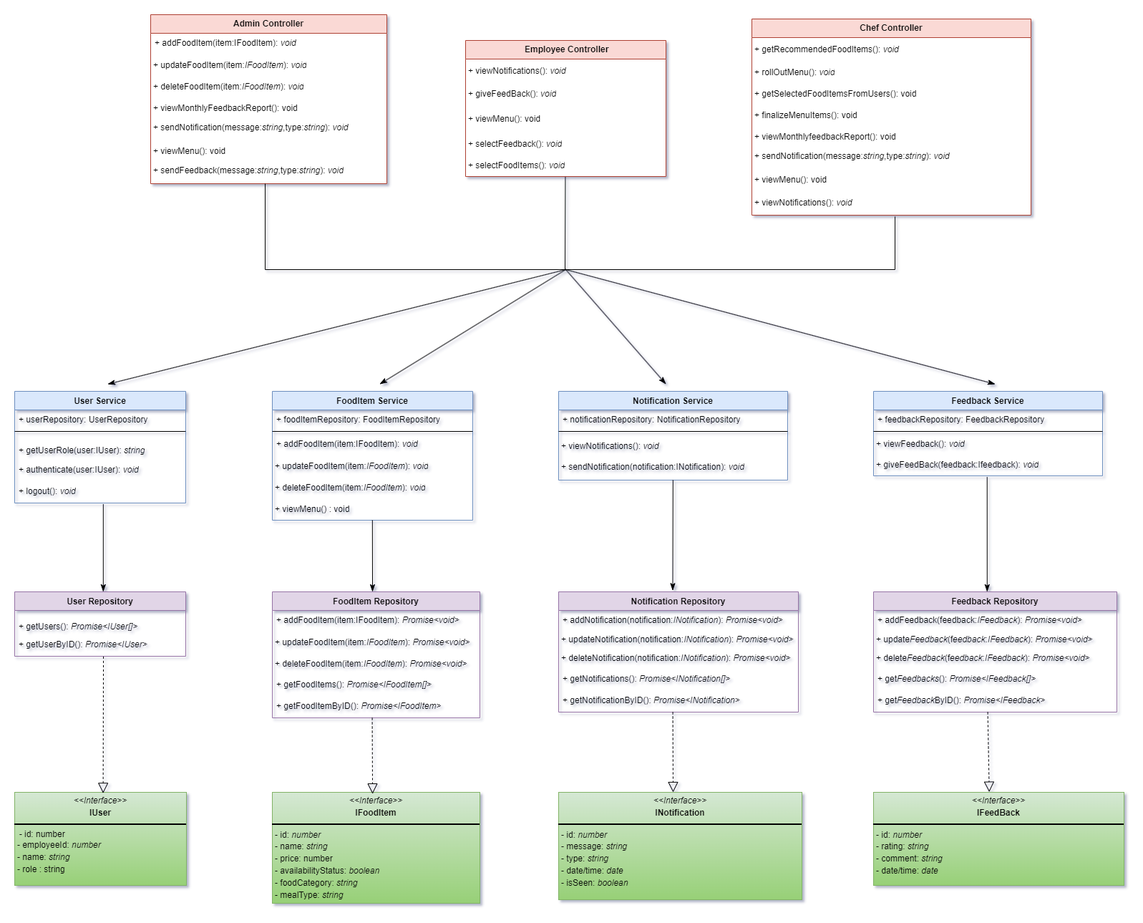
Earlier version of the draw.io export Uml Diagrams/ClassDiagram.png (pritishajain05/Cafeteria-Recommendation-Engine). Source tidied: cells renumbered, new cells last; positions are measured from the earlier drawing's top-left corner, leaving out a move shared by most shapes.
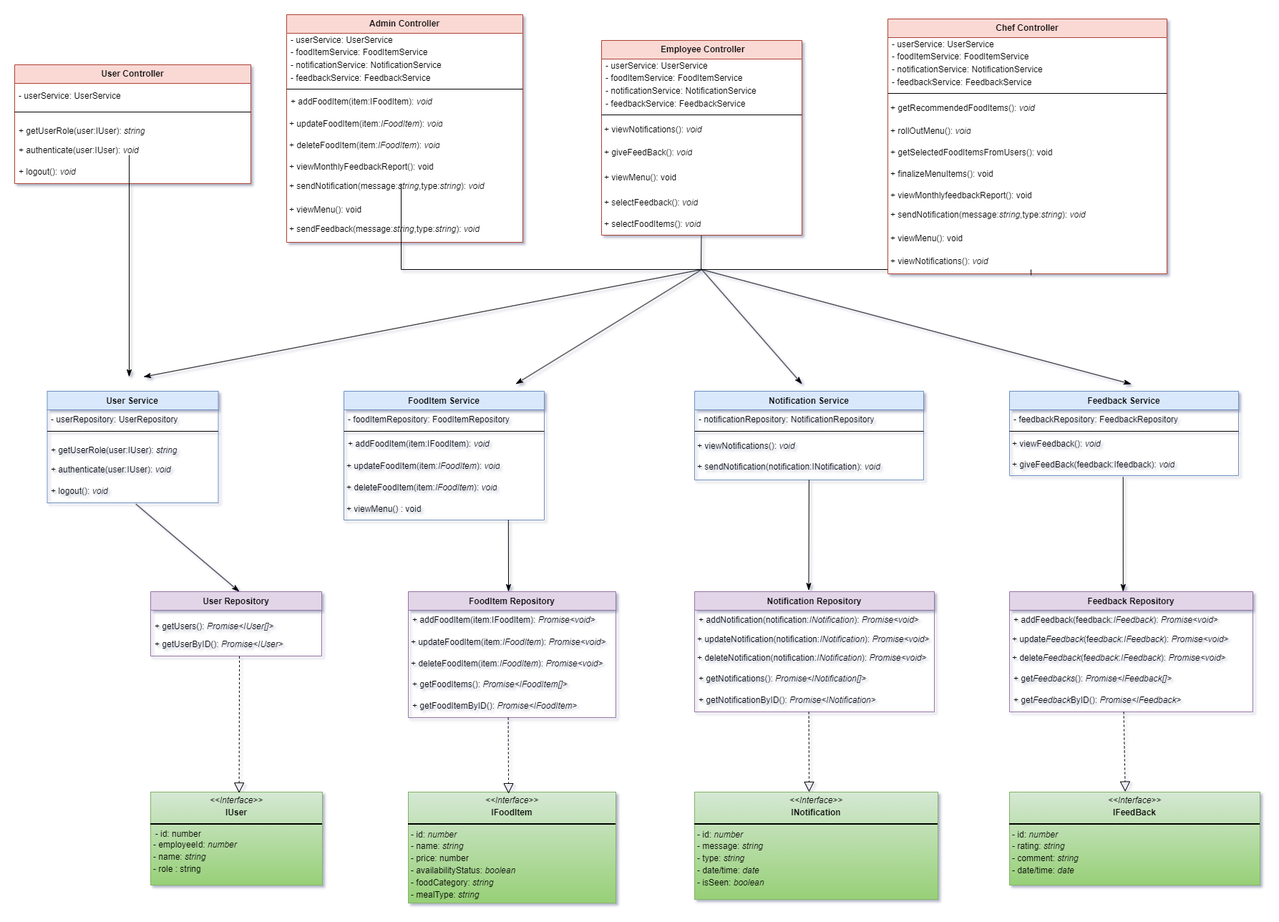
The same file after the commit.

Commit message:
updated class diagram

Diff of the diagram source:
```diff
@@ -11,74 +11,92 @@
     <mxCell id="3" value="Admin Controller" style="swimlane;fontStyle=1;align=center;verticalAlign=middle;horizontal=1;startSize=26;whiteSpace=wrap;html=1;swimlaneFillColor=default;fillColor=#fad9d5;strokeColor=#ae4132;fontSize=12;" parent="1" vertex="1">
-      <mxGeometry x="190" width="330" height="236" as="geometry" />
+      <mxGeometry x="190" width="330" height="318" as="geometry" />
     </mxCell>
+    <mxCell id="90" value="- userService: UserService&lt;div style=&quot;line-height: 150%;&quot;&gt;- foodItemService: FoodItemService&lt;br&gt;        - notificationService: NotificationService&lt;br&gt;        - feedbackService: FeedbackService&lt;/div&gt;" style="text;align=left;verticalAlign=middle;spacingLeft=4;spacingRight=4;overflow=hidden;whiteSpace=wrap;html=1;spacing=2;fontSize=12;" parent="3" vertex="1">
+      <mxGeometry y="26" width="330" height="74" as="geometry" />
+    </mxCell>
+    <mxCell id="91" style="line;strokeWidth=1;align=left;verticalAlign=middle;spacingTop=-1;spacingLeft=3;spacingRight=3;labelPosition=right;" parent="3" vertex="1">
+      <mxGeometry y="100" width="330" height="8" as="geometry" />
+    </mxCell>
     <mxCell id="4" value="&lt;font style=&quot;font-size: 12px;&quot;&gt;+ &lt;/font&gt;&lt;font style=&quot;font-size: 12px;&quot;&gt;addFoodItem&lt;/font&gt;&lt;font style=&quot;font-size: 12px;&quot;&gt;(item:IFoodItem): &lt;i style=&quot;font-size: 12px;&quot;&gt;void&lt;/i&gt;&lt;/font&gt;&lt;div style=&quot;font-size: 12px;&quot;&gt;&lt;font style=&quot;font-size: 12px;&quot;&gt;&amp;nbsp;&lt;/font&gt;&lt;/div&gt;" style="text;strokeColor=none;fillColor=none;align=left;verticalAlign=top;spacingLeft=4;spacingRight=4;overflow=hidden;whiteSpace=wrap;html=1;spacing=2;fontSize=12;" parent="3" vertex="1">
-      <mxGeometry y="26" width="330" height="30" as="geometry" />
+      <mxGeometry y="108" width="330" height="30" as="geometry" />
     </mxCell>
     <mxCell id="5" value="&lt;font style=&quot;font-size: 12px;&quot;&gt;+ &lt;/font&gt;&lt;font style=&quot;font-size: 12px;&quot;&gt;updateFoodItem&lt;/font&gt;&lt;font style=&quot;font-size: 12px;&quot;&gt;(item:&lt;i style=&quot;font-size: 12px;&quot;&gt;IFoodItem&lt;/i&gt;): &lt;i style=&quot;font-size: 12px;&quot;&gt;void&lt;/i&gt;&lt;/font&gt;" style="text;strokeColor=none;fillColor=none;align=left;verticalAlign=middle;spacingLeft=4;spacingRight=4;overflow=hidden;whiteSpace=wrap;html=1;spacing=0;fontSize=12;" parent="3" vertex="1">
-      <mxGeometry y="56" width="330" height="30" as="geometry" />
+      <mxGeometry y="138" width="330" height="30" as="geometry" />
     </mxCell>
     <mxCell id="6" value="+ deleteFoodItem(&lt;font style=&quot;font-size: 12px;&quot;&gt;item:&lt;i style=&quot;font-size: 12px;&quot;&gt;IFoodItem&lt;/i&gt;&lt;/font&gt;): &lt;i style=&quot;font-size: 12px;&quot;&gt;void&lt;/i&gt;" style="text;strokeColor=none;fillColor=none;align=left;verticalAlign=middle;spacingLeft=4;spacingRight=4;overflow=hidden;whiteSpace=wrap;html=1;spacing=0;fontSize=12;" parent="3" vertex="1">
-      <mxGeometry y="86" width="330" height="30" as="geometry" />
+      <mxGeometry y="168" width="330" height="30" as="geometry" />
     </mxCell>
     <mxCell id="7" value="+ viewMonthlyFeedbackReport(): void" style="text;strokeColor=none;fillColor=none;align=left;verticalAlign=middle;spacingLeft=4;spacingRight=4;overflow=hidden;whiteSpace=wrap;html=1;spacing=0;fontSize=12;" parent="3" vertex="1">
-      <mxGeometry y="116" width="330" height="30" as="geometry" />
+      <mxGeometry y="198" width="330" height="30" as="geometry" />
     </mxCell>
     <mxCell id="8" value="&lt;font style=&quot;font-size: 12px;&quot;&gt;+ sendNotification(&lt;/font&gt;&lt;font style=&quot;font-size: 12px;&quot;&gt;message:&lt;i style=&quot;font-size: 12px;&quot;&gt;string&lt;/i&gt;,type:&lt;i style=&quot;font-size: 12px;&quot;&gt;string&lt;/i&gt;&lt;/font&gt;&lt;font style=&quot;font-size: 12px;&quot;&gt;): &lt;i style=&quot;font-size: 12px;&quot;&gt;void&lt;/i&gt;&lt;/font&gt;&lt;div style=&quot;font-size: 12px;&quot;&gt;&lt;font style=&quot;font-size: 12px;&quot;&gt;&amp;nbsp;&lt;/font&gt;&lt;/div&gt;" style="text;strokeColor=none;fillColor=none;align=left;verticalAlign=top;spacingLeft=4;spacingRight=4;overflow=hidden;whiteSpace=wrap;html=1;spacing=0;fontSize=12;" parent="3" vertex="1">
-      <mxGeometry y="146" width="330" height="30" as="geometry" />
+      <mxGeometry y="228" width="330" height="30" as="geometry" />
     </mxCell>
     <mxCell id="9" value="+ viewMenu(): void" style="text;strokeColor=none;fillColor=none;align=left;verticalAlign=middle;spacingLeft=4;spacingRight=4;overflow=hidden;whiteSpace=wrap;html=1;spacing=0;fontSize=12;" parent="3" vertex="1">
-      <mxGeometry y="176" width="330" height="30" as="geometry" />
+      <mxGeometry y="258" width="330" height="30" as="geometry" />
     </mxCell>
     <mxCell id="10" value="&lt;font style=&quot;font-size: 12px;&quot;&gt;+ sendFeedback(&lt;/font&gt;&lt;font style=&quot;font-size: 12px;&quot;&gt;message:&lt;i style=&quot;font-size: 12px;&quot;&gt;string&lt;/i&gt;,type:&lt;i style=&quot;font-size: 12px;&quot;&gt;string&lt;/i&gt;&lt;/font&gt;&lt;font style=&quot;font-size: 12px;&quot;&gt;): &lt;i style=&quot;font-size: 12px;&quot;&gt;void&lt;/i&gt;&lt;/font&gt;&lt;div style=&quot;font-size: 12px;&quot;&gt;&lt;font style=&quot;font-size: 12px;&quot;&gt;&amp;nbsp;&lt;/font&gt;&lt;/div&gt;" style="text;strokeColor=none;fillColor=none;align=left;verticalAlign=top;spacingLeft=4;spacingRight=4;overflow=hidden;whiteSpace=wrap;html=1;spacing=0;fontSize=12;" parent="3" vertex="1">
-      <mxGeometry y="206" width="330" height="30" as="geometry" />
+      <mxGeometry y="288" width="330" height="30" as="geometry" />
     </mxCell>
     <mxCell id="11" value="&amp;nbsp;Employee Controller" style="swimlane;fontStyle=1;align=center;verticalAlign=middle;horizontal=1;startSize=26;whiteSpace=wrap;html=1;swimlaneFillColor=default;fillColor=#fad9d5;strokeColor=#ae4132;fontSize=12;" parent="1" vertex="1">
-      <mxGeometry x="630" y="36" width="280" height="190" as="geometry" />
+      <mxGeometry x="630" y="36" width="280" height="272" as="geometry" />
     </mxCell>
+    <mxCell id="92" value="- userService: UserService&lt;div style=&quot;line-height: 150%;&quot;&gt;- foodItemService: FoodItemService&lt;br&gt;        - notificationService: NotificationService&lt;br&gt;        - feedbackService: FeedbackService&lt;/div&gt;" style="text;align=left;verticalAlign=middle;spacingLeft=4;spacingRight=4;overflow=hidden;whiteSpace=wrap;html=1;spacing=2;fontSize=12;" parent="11" vertex="1">
+      <mxGeometry y="26" width="280" height="74" as="geometry" />
+    </mxCell>
+    <mxCell id="93" style="line;strokeWidth=1;align=left;verticalAlign=middle;spacingTop=-1;spacingLeft=3;spacingRight=3;labelPosition=right;" parent="11" vertex="1">
+      <mxGeometry y="100" width="280" height="8" as="geometry" />
+    </mxCell>
     <mxCell id="12" value="+ viewNotifications(): &lt;i style=&quot;font-size: 12px;&quot;&gt;void&lt;/i&gt;&amp;nbsp;" style="text;strokeColor=none;fillColor=none;align=left;verticalAlign=middle;spacingLeft=4;spacingRight=4;overflow=hidden;whiteSpace=wrap;html=1;spacing=0;fontSize=12;" parent="11" vertex="1">
-      <mxGeometry y="26" width="280" height="34" as="geometry" />
+      <mxGeometry y="108" width="280" height="34" as="geometry" />
     </mxCell>
     <mxCell id="13" value="+ giveFeedBack(): &lt;i style=&quot;font-size: 12px;&quot;&gt;void&lt;/i&gt;" style="text;strokeColor=none;fillColor=none;align=left;verticalAlign=middle;spacingLeft=4;spacingRight=4;overflow=hidden;whiteSpace=wrap;html=1;spacing=0;fontSize=12;" parent="11" vertex="1">
-      <mxGeometry y="60" width="280" height="30" as="geometry" />
+      <mxGeometry y="142" width="280" height="30" as="geometry" />
     </mxCell>
     <mxCell id="14" value="+ viewMenu(): void" style="text;strokeColor=none;fillColor=none;align=left;verticalAlign=middle;spacingLeft=4;spacingRight=4;overflow=hidden;whiteSpace=wrap;html=1;spacing=0;fontSize=12;" parent="11" vertex="1">
-      <mxGeometry y="90" width="280" height="40" as="geometry" />
+      <mxGeometry y="172" width="280" height="40" as="geometry" />
     </mxCell>
     <mxCell id="15" value="&lt;font style=&quot;font-size: 12px;&quot;&gt;+ selectFeedback(): &lt;i style=&quot;font-size: 12px;&quot;&gt;void&lt;/i&gt;&lt;/font&gt;" style="text;strokeColor=none;fillColor=none;align=left;verticalAlign=middle;spacingLeft=4;spacingRight=4;overflow=hidden;whiteSpace=wrap;html=1;spacing=0;fontSize=12;" parent="11" vertex="1">
-      <mxGeometry y="130" width="280" height="30" as="geometry" />
+      <mxGeometry y="212" width="280" height="30" as="geometry" />
     </mxCell>
     <mxCell id="16" value="&lt;font style=&quot;font-size: 12px;&quot;&gt;+ selectFoodItems(): &lt;i style=&quot;font-size: 12px;&quot;&gt;void&lt;/i&gt;&lt;/font&gt;" style="text;strokeColor=none;fillColor=none;align=left;verticalAlign=middle;spacingLeft=4;spacingRight=4;overflow=hidden;points=[[0,0.5],[1,0.5]];portConstraint=eastwest;whiteSpace=wrap;html=1;spacing=0;fontSize=12;" parent="11" vertex="1">
-      <mxGeometry y="160" width="280" height="30" as="geometry" />
+      <mxGeometry y="242" width="280" height="30" as="geometry" />
     </mxCell>
     <mxCell id="17" value="Chef Controller" style="swimlane;fontStyle=1;align=center;verticalAlign=middle;horizontal=1;startSize=26;whiteSpace=wrap;html=1;swimlaneFillColor=default;fillColor=#fad9d5;strokeColor=#ae4132;fontSize=12;" parent="1" vertex="1">
-      <mxGeometry x="1030" y="6" width="390" height="274" as="geometry" />
+      <mxGeometry x="1030" y="6" width="390" height="356" as="geometry" />
     </mxCell>
+    <mxCell id="94" value="- userService: UserService&lt;div style=&quot;line-height: 150%;&quot;&gt;- foodItemService: FoodItemService&lt;br&gt;        - notificationService: NotificationService&lt;br&gt;        - feedbackService: FeedbackService&lt;/div&gt;" style="text;align=left;verticalAlign=middle;spacingLeft=4;spacingRight=4;overflow=hidden;whiteSpace=wrap;html=1;spacing=2;fontSize=12;" parent="17" vertex="1">
+      <mxGeometry y="26" width="390" height="74" as="geometry" />
+    </mxCell>
+    <mxCell id="95" style="line;strokeWidth=1;align=left;verticalAlign=middle;spacingTop=-1;spacingLeft=3;spacingRight=3;labelPosition=right;" parent="17" vertex="1">
+      <mxGeometry y="100" width="390" height="8" as="geometry" />
+    </mxCell>
     <mxCell id="18" value="+ getRecommendedFoodItems(): &lt;i style=&quot;font-size: 12px;&quot;&gt;void&lt;/i&gt;&amp;nbsp;" style="text;strokeColor=none;fillColor=none;align=left;verticalAlign=middle;spacingLeft=4;spacingRight=4;overflow=hidden;whiteSpace=wrap;html=1;spacing=0;fontSize=12;" parent="17" vertex="1">
-      <mxGeometry y="26" width="390" height="34" as="geometry" />
+      <mxGeometry y="108" width="390" height="34" as="geometry" />
     </mxCell>
     <mxCell id="19" value="+ rollOutMenu(): &lt;i style=&quot;font-size: 12px;&quot;&gt;void&lt;/i&gt;" style="text;strokeColor=none;fillColor=none;align=left;verticalAlign=middle;spacingLeft=4;spacingRight=4;overflow=hidden;whiteSpace=wrap;html=1;spacing=0;fontSize=12;" parent="17" vertex="1">
-      <mxGeometry y="60" width="390" height="30" as="geometry" />
+      <mxGeometry y="142" width="390" height="30" as="geometry" />
     </mxCell>
     <mxCell id="20" value="&lt;font style=&quot;font-size: 12px;&quot;&gt;+ getSelectedFoodItemsFromUsers(): void&amp;nbsp;&lt;/font&gt;" style="text;strokeColor=none;fillColor=none;align=left;verticalAlign=middle;spacingLeft=4;spacingRight=4;overflow=hidden;whiteSpace=wrap;html=1;spacing=0;fontSize=12;" parent="17" vertex="1">
-      <mxGeometry y="90" width="390" height="30" as="geometry" />
+      <mxGeometry y="172" width="390" height="30" as="geometry" />
     </mxCell>
     <mxCell id="21" value="+ finalizeMenuItems(): void" style="text;strokeColor=none;fillColor=none;align=left;verticalAlign=middle;spacingLeft=4;spacingRight=4;overflow=hidden;whiteSpace=wrap;html=1;spacing=0;fontSize=12;" parent="17" vertex="1">
-      <mxGeometry y="120" width="390" height="30" as="geometry" />
+      <mxGeometry y="202" width="390" height="30" as="geometry" />
     </mxCell>
     <mxCell id="22" value="+ viewMonthlyfeedbackReport(): void" style="text;strokeColor=none;fillColor=none;align=left;verticalAlign=middle;spacingLeft=4;spacingRight=4;overflow=hidden;whiteSpace=wrap;html=1;spacing=0;fontSize=12;" parent="17" vertex="1">
-      <mxGeometry y="150" width="390" height="30" as="geometry" />
+      <mxGeometry y="232" width="390" height="30" as="geometry" />
     </mxCell>
     <mxCell id="23" value="&lt;font style=&quot;font-size: 12px;&quot;&gt;+ sendNotification(&lt;span style=&quot;font-size: 12px;&quot;&gt;message:&lt;/span&gt;&lt;i style=&quot;font-size: 12px;&quot;&gt;string&lt;/i&gt;&lt;span style=&quot;font-size: 12px;&quot;&gt;,type:&lt;/span&gt;&lt;i style=&quot;font-size: 12px;&quot;&gt;string&lt;/i&gt;): &lt;i style=&quot;font-size: 12px;&quot;&gt;void&lt;/i&gt;&lt;/font&gt;&lt;div style=&quot;font-size: 12px;&quot;&gt;&lt;font style=&quot;font-size: 12px;&quot;&gt;&amp;nbsp;&lt;/font&gt;&lt;/div&gt;" style="text;strokeColor=none;fillColor=none;align=left;verticalAlign=top;spacingLeft=4;spacingRight=4;overflow=hidden;whiteSpace=wrap;html=1;spacing=0;fontSize=12;" parent="17" vertex="1">
-      <mxGeometry y="180" width="390" height="30" as="geometry" />
+      <mxGeometry y="262" width="390" height="30" as="geometry" />
     </mxCell>
     <mxCell id="24" value="+ viewMenu(): void" style="text;strokeColor=none;fillColor=none;align=left;verticalAlign=middle;spacingLeft=4;spacingRight=4;overflow=hidden;whiteSpace=wrap;html=1;spacing=0;fontSize=12;" parent="17" vertex="1">
-      <mxGeometry y="210" width="390" height="30" as="geometry" />
+      <mxGeometry y="292" width="390" height="30" as="geometry" />
     </mxCell>
     <mxCell id="25" value="+ viewNotifications(): &lt;i style=&quot;font-size: 12px;&quot;&gt;void&lt;/i&gt;&amp;nbsp;" style="text;strokeColor=none;fillColor=none;align=left;verticalAlign=middle;spacingLeft=4;spacingRight=4;overflow=hidden;points=[[0,0.5],[1,0.5]];portConstraint=eastwest;whiteSpace=wrap;html=1;spacing=0;fontSize=12;" parent="17" vertex="1">
-      <mxGeometry y="240" width="390" height="34" as="geometry" />
+      <mxGeometry y="322" width="390" height="34" as="geometry" />
     </mxCell>
     <mxCell id="26" value="FoodItem Service" style="swimlane;fontStyle=1;align=center;verticalAlign=top;horizontal=1;startSize=26;whiteSpace=wrap;html=1;fillColor=#dae8fc;strokeColor=#6c8ebf;" parent="1" vertex="1">
-      <mxGeometry x="360" y="526" width="280" height="180" as="geometry" />
+      <mxGeometry x="270" y="526" width="280" height="180" as="geometry" />
     </mxCell>
-    <mxCell id="27" value="+ foodItemRepository: FoodItemRepository" style="text;align=left;verticalAlign=top;spacingLeft=4;spacingRight=4;overflow=hidden;whiteSpace=wrap;html=1;" parent="26" vertex="1">
+    <mxCell id="27" value="- foodItemRepository: FoodItemRepository" style="text;align=left;verticalAlign=top;spacingLeft=4;spacingRight=4;overflow=hidden;whiteSpace=wrap;html=1;" parent="26" vertex="1">
       <mxGeometry y="26" width="280" height="26" as="geometry" />
@@ -115,3 +133,3 @@
     </mxCell>
-    <mxCell id="38" value="+ notificationRepository: NotificationRepository&amp;nbsp;" style="text;align=left;verticalAlign=top;spacingLeft=4;spacingRight=4;overflow=hidden;whiteSpace=wrap;html=1;" parent="37" vertex="1">
+    <mxCell id="38" value="- notificationRepository: NotificationRepository&amp;nbsp;" style="text;align=left;verticalAlign=top;spacingLeft=4;spacingRight=4;overflow=hidden;whiteSpace=wrap;html=1;" parent="37" vertex="1">
       <mxGeometry y="26" width="320" height="26" as="geometry" />
@@ -130,3 +148,3 @@
     </mxCell>
-    <mxCell id="43" value="+ feedbackRepository: FeedbackRepository&amp;nbsp;" style="text;align=left;verticalAlign=top;spacingLeft=4;spacingRight=4;overflow=hidden;whiteSpace=wrap;html=1;" parent="42" vertex="1">
+    <mxCell id="43" value="- feedbackRepository: FeedbackRepository&amp;nbsp;" style="text;align=left;verticalAlign=top;spacingLeft=4;spacingRight=4;overflow=hidden;whiteSpace=wrap;html=1;" parent="42" vertex="1">
       <mxGeometry y="26" width="320" height="26" as="geometry" />
@@ -143,5 +161,5 @@
     <mxCell id="47" value="User Service" style="swimlane;fontStyle=1;align=center;verticalAlign=top;horizontal=1;startSize=26;whiteSpace=wrap;html=1;fillColor=#dae8fc;strokeColor=#6c8ebf;" parent="1" vertex="1">
-      <mxGeometry y="526" width="239" height="156" as="geometry" />
+      <mxGeometry x="-144.5" y="526" width="239" height="156" as="geometry" />
     </mxCell>
-    <mxCell id="48" value="+ userRepository: UserRepository&amp;nbsp;" style="text;align=left;verticalAlign=top;spacingLeft=4;spacingRight=4;overflow=hidden;whiteSpace=wrap;html=1;" parent="47" vertex="1">
+    <mxCell id="48" value="- userRepository: UserRepository&amp;nbsp;" style="text;align=left;verticalAlign=top;spacingLeft=4;spacingRight=4;overflow=hidden;whiteSpace=wrap;html=1;" parent="47" vertex="1">
       <mxGeometry y="26" width="239" height="26" as="geometry" />
@@ -245,3 +263,3 @@
         <mxPoint x="770" y="356" as="sourcePoint" />
-        <mxPoint x="130" y="516" as="targetPoint" />
+        <mxPoint x="-10" y="506" as="targetPoint" />
       </mxGeometry>
@@ -302,2 +320,26 @@
     </mxCell>
+    <mxCell id="96" value="User Controller" style="swimlane;fontStyle=1;align=center;verticalAlign=middle;horizontal=1;startSize=26;whiteSpace=wrap;html=1;swimlaneFillColor=default;fillColor=#fad9d5;strokeColor=#ae4132;fontSize=12;" parent="1" vertex="1">
+      <mxGeometry x="-190" y="70" width="330" height="166" as="geometry" />
+    </mxCell>
+    <mxCell id="97" value="- userService: UserService" style="text;align=left;verticalAlign=middle;spacingLeft=4;spacingRight=4;overflow=hidden;whiteSpace=wrap;html=1;spacing=2;fontSize=12;" parent="96" vertex="1">
+      <mxGeometry y="26" width="330" height="36" as="geometry" />
+    </mxCell>
+    <mxCell id="98" style="line;strokeWidth=1;align=left;verticalAlign=middle;spacingTop=-1;spacingLeft=3;spacingRight=3;labelPosition=right;" parent="96" vertex="1">
+      <mxGeometry y="62" width="330" height="8" as="geometry" />
+    </mxCell>
+    <mxCell id="99" value="&lt;p style=&quot;line-height: 140%;&quot;&gt;&lt;font style=&quot;font-size: 12px;&quot;&gt;+ getUserRole(user:IUser): &lt;i style=&quot;font-size: 12px;&quot;&gt;string&lt;/i&gt;&lt;/font&gt;&lt;/p&gt;" style="text;align=left;verticalAlign=middle;spacingLeft=4;spacingRight=4;overflow=hidden;whiteSpace=wrap;html=1;spacing=2;fontSize=12;" parent="96" vertex="1">
+      <mxGeometry y="70" width="330" height="36" as="geometry" />
+    </mxCell>
+    <mxCell id="100" value="&lt;font style=&quot;font-size: 12px;&quot;&gt;+ authenticate(user:IUser): &lt;i style=&quot;font-size: 12px;&quot;&gt;void&lt;/i&gt;&lt;/font&gt;&lt;div style=&quot;font-size: 12px;&quot;&gt;&lt;font style=&quot;font-size: 12px;&quot;&gt;&amp;nbsp;&lt;/font&gt;&lt;/div&gt;" style="text;align=left;verticalAlign=top;spacingLeft=4;spacingRight=4;overflow=hidden;whiteSpace=wrap;html=1;spacing=2;fontSize=12;" parent="96" vertex="1">
+      <mxGeometry y="106" width="330" height="30" as="geometry" />
+    </mxCell>
+    <mxCell id="101" value="&lt;font style=&quot;font-size: 12px;&quot;&gt;+ logout&lt;/font&gt;&lt;font style=&quot;font-size: 12px;&quot;&gt;(): &lt;i style=&quot;font-size: 12px;&quot;&gt;void&lt;/i&gt;&lt;/font&gt;&lt;div style=&quot;font-size: 12px;&quot;&gt;&lt;font style=&quot;font-size: 12px;&quot;&gt;&amp;nbsp;&lt;/font&gt;&lt;/div&gt;" style="text;align=left;verticalAlign=top;spacingLeft=4;spacingRight=4;overflow=hidden;whiteSpace=wrap;html=1;spacing=2;fontSize=12;" parent="96" vertex="1">
+      <mxGeometry y="136" width="330" height="30" as="geometry" />
+    </mxCell>
+    <mxCell id="102" style="endArrow=classicThin;html=1;rounded=0;endFill=1;strokeWidth=1;startSize=6;endSize=8;fontSize=12;" parent="1" edge="1">
+      <mxGeometry relative="1" as="geometry">
+        <mxPoint x="-30" y="196" as="sourcePoint" />
+        <mxPoint x="-30" y="506" as="targetPoint" />
+      </mxGeometry>
+    </mxCell>
   </root>
```
